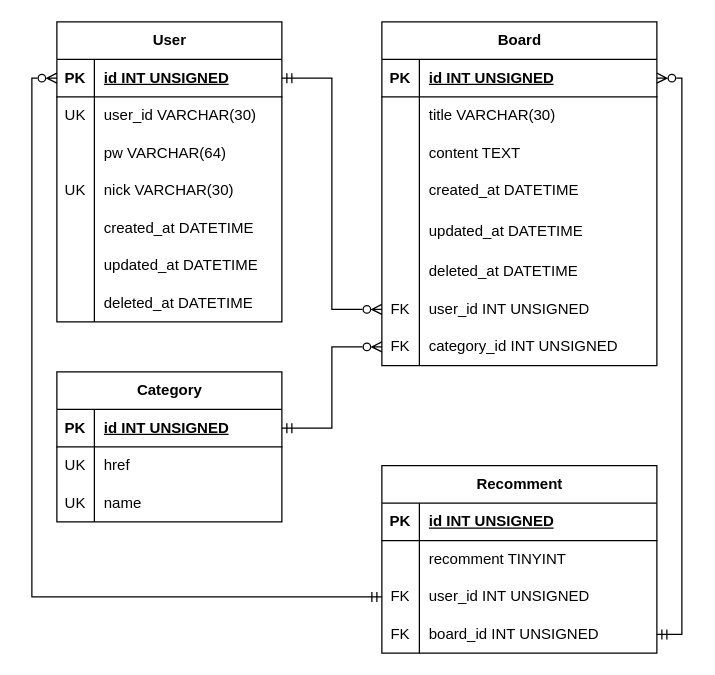
KyungHoonJ/AWS-1 keeps this draw.io diagram as DB.drawio. Above is the earlier version. Source tidied: cells renumbered, new cells numbered last; positions are measured from the earlier drawing's top-left corner, leaving out a move shared by most shapes. Both pictures are drawn from the tidied source at 125%, with x=0, y=0 at pixel (56, 21).
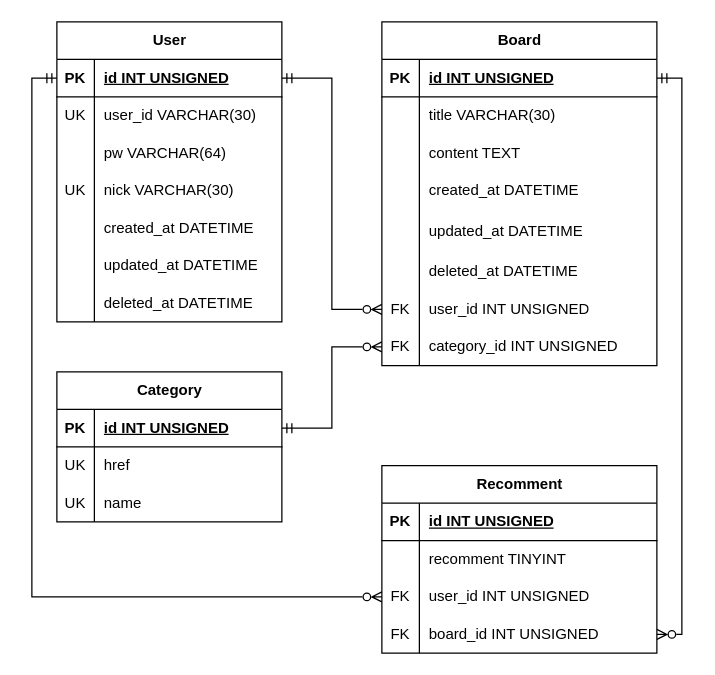
Above is the later version.

Unchanged cells that the change refers to:
```xml
<mxCell id="3" style="shape=tableRow;horizontal=0;startSize=0;swimlaneHead=0;swimlaneBody=0;fillColor=none;points=[[0,0.5],[1,0.5]];portConstraint=eastwest;top=0;left=0;right=0;bottom=1;" parent="2" vertex="1">
  <mxGeometry y="30" width="180" height="30" as="geometry" />
</mxCell>
<mxCell id="25" style="shape=tableRow;horizontal=0;startSize=0;swimlaneHead=0;swimlaneBody=0;fillColor=none;points=[[0,0.5],[1,0.5]];portConstraint=eastwest;top=0;left=0;right=0;bottom=1;" parent="24" vertex="1">
  <mxGeometry y="30" width="220" height="30" as="geometry" />
</mxCell>
<mxCell id="68" style="shape=tableRow;horizontal=0;startSize=0;swimlaneHead=0;swimlaneBody=0;fillColor=none;points=[[0,0.5],[1,0.5]];portConstraint=eastwest;top=0;left=0;right=0;bottom=0;" parent="61" vertex="1">
  <mxGeometry y="90" width="220" height="30" as="geometry" />
</mxCell>
<mxCell id="71" style="shape=tableRow;horizontal=0;startSize=0;swimlaneHead=0;swimlaneBody=0;fillColor=none;points=[[0,0.5],[1,0.5]];portConstraint=eastwest;top=0;left=0;right=0;bottom=0;" parent="61" vertex="1">
  <mxGeometry y="120" width="220" height="30" as="geometry" />
</mxCell>
```

The edit, as a diff of the source:
```diff
@@
-    <mxCell id="74" style="edgeStyle=orthogonalEdgeStyle;rounded=0;jettySize=auto;html=1;exitX=0;exitY=0.5;exitDx=0;exitDy=0;entryX=0;entryY=0.5;entryDx=0;entryDy=0;startArrow=ERzeroToMany;startFill=0;endArrow=ERmandOne;endFill=0;" parent="1" edge="1" source="3" target="68">
+    <mxCell id="74" style="edgeStyle=orthogonalEdgeStyle;rounded=0;jettySize=auto;html=1;exitX=0;exitY=0.5;exitDx=0;exitDy=0;entryX=0;entryY=0.5;entryDx=0;entryDy=0;startArrow=ERmandOne;startFill=0;endArrow=ERzeroToMany;endFill=0;" parent="1" edge="1" source="3" target="68">
       <mxGeometry relative="1" as="geometry" />
     </mxCell>
-    <mxCell id="75" style="edgeStyle=orthogonalEdgeStyle;rounded=0;jettySize=auto;html=1;exitX=1;exitY=0.5;exitDx=0;exitDy=0;entryX=1;entryY=0.5;entryDx=0;entryDy=0;startArrow=ERzeroToMany;startFill=0;endArrow=ERmandOne;endFill=0;" parent="1" edge="1" source="25" target="71">
+    <mxCell id="75" style="edgeStyle=orthogonalEdgeStyle;rounded=0;jettySize=auto;html=1;exitX=1;exitY=0.5;exitDx=0;exitDy=0;entryX=1;entryY=0.5;entryDx=0;entryDy=0;startArrow=ERmandOne;startFill=0;endArrow=ERzeroToMany;endFill=0;" parent="1" edge="1" source="25" target="71">
       <mxGeometry relative="1" as="geometry" />
     </mxCell>
```
